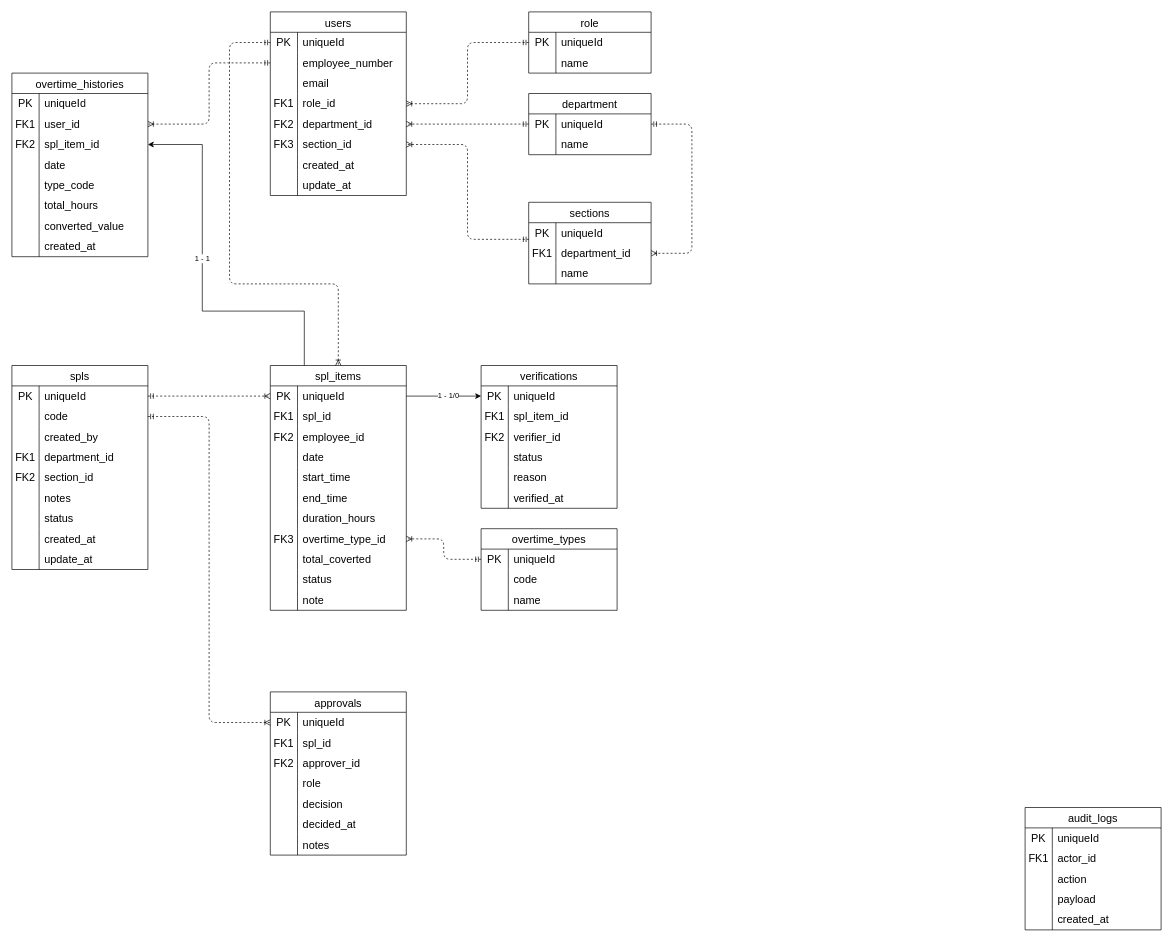
The draw.io diagram Surat Perintah Lembur.drawio in Hudha11/dbd-surat-perintah-lembur, before the edit. Source tidied: cells renumbered, new cells numbered last; positions are measured from the earlier drawing's top-left corner, leaving out a move shared by most shapes. Both pictures are drawn from the tidied source at 68%, with x=0, y=0 at pixel (12, 12).
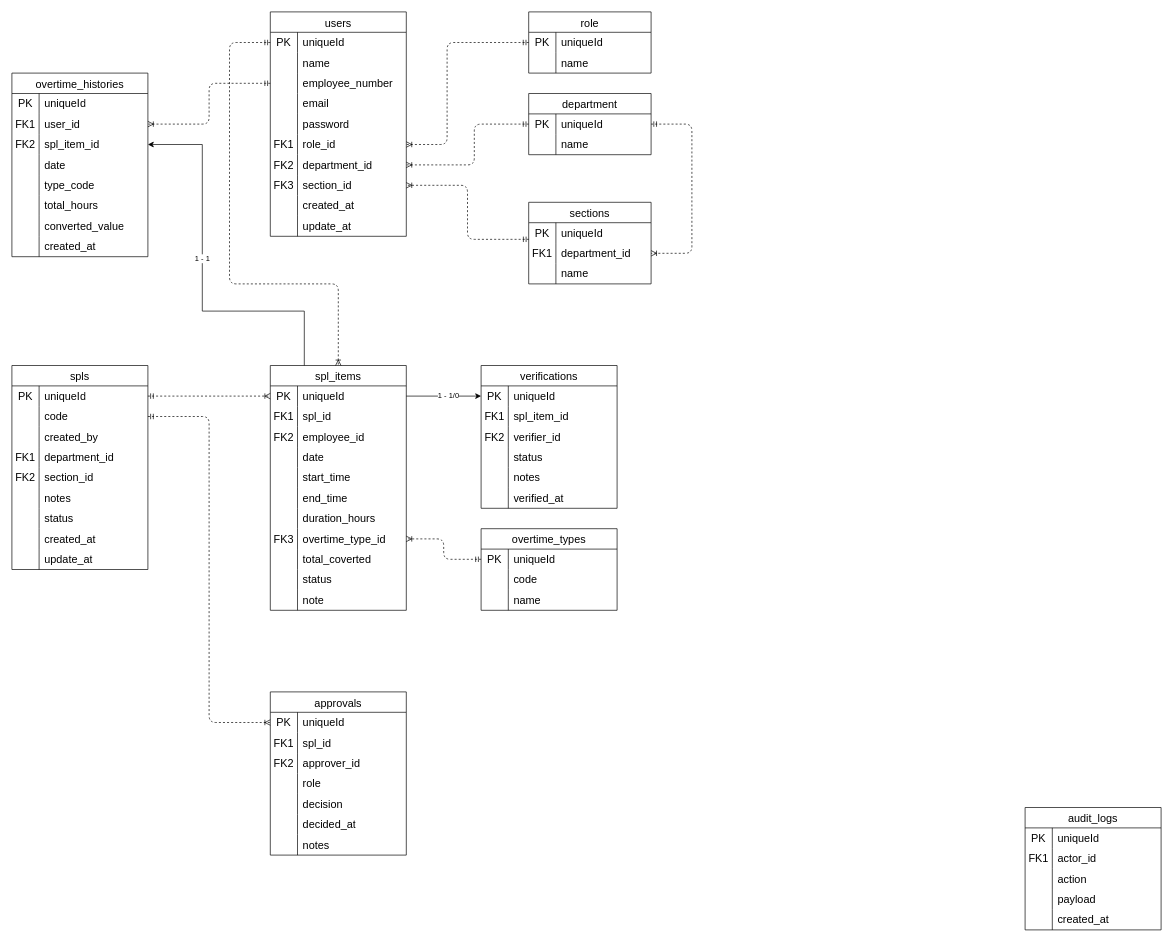
After the change.

Unchanged cells that the change refers to:
```xml
<mxCell id="30" style="shape=tableRow;horizontal=0;startSize=0;swimlaneHead=0;swimlaneBody=0;top=0;left=0;bottom=0;right=0;fillColor=none;points=[[0,0.5],[1,0.5]];portConstraint=eastwest;strokeColor=inherit;fontSize=16;" parent="29" vertex="1">
  <mxGeometry y="30" width="180" height="30" as="geometry" />
</mxCell>
<mxCell id="37" style="shape=tableRow;horizontal=0;startSize=0;swimlaneHead=0;swimlaneBody=0;top=0;left=0;bottom=0;right=0;fillColor=none;points=[[0,0.5],[1,0.5]];portConstraint=eastwest;strokeColor=inherit;fontSize=16;" parent="36" vertex="1">
  <mxGeometry y="30" width="180" height="30" as="geometry" />
</mxCell>
<mxCell id="153" style="shape=tableRow;horizontal=0;startSize=0;swimlaneHead=0;swimlaneBody=0;top=0;left=0;bottom=0;right=0;fillColor=none;strokeColor=inherit;fontSize=16;" parent="140" vertex="1">
  <mxGeometry y="150" width="200" height="30" as="geometry" />
</mxCell>
```

Diff of the diagram source:
```diff
@@
     <mxCell id="3" style="edgeStyle=orthogonalEdgeStyle;html=1;entryX=1;entryY=0.5;labelBackgroundColor=none;startArrow=ERmandOne;endArrow=ERoneToMany;fontFamily=Verdana;fontSize=12;align=left;dashed=1;entryDx=0;entryDy=0;exitX=0;exitY=0.5;exitDx=0;exitDy=0;" parent="1" edge="1" source="30" target="14">
-      <mxGeometry relative="1" as="geometry" />
+      <mxGeometry relative="1" as="geometry">
+        <Array as="points">
+          <mxPoint x="640" y="45" />
+          <mxPoint x="640" y="195" />
+        </Array>
+      </mxGeometry>
     </mxCell>
     <mxCell id="4" value="users" style="shape=table;startSize=30;childLayout=tableLayout;rowLines=0;fontStyle=0;strokeColor=default;fontSize=16;" parent="1" vertex="1">
-      <mxGeometry x="380" width="200" height="270" as="geometry" />
+      <mxGeometry x="380" width="200" height="330" as="geometry" />
     </mxCell>
@@
+    <mxCell id="218" style="shape=tableRow;horizontal=0;startSize=0;swimlaneHead=0;swimlaneBody=0;top=0;left=0;bottom=0;right=0;fillColor=none;strokeColor=inherit;fontSize=16;" parent="4" vertex="1">
+      <mxGeometry y="60" width="200" height="30" as="geometry" />
+    </mxCell>
+    <mxCell id="219" style="shape=partialRectangle;html=1;whiteSpace=wrap;fillColor=none;top=0;left=0;bottom=0;right=0;overflow=hidden;strokeColor=inherit;fontSize=16;" parent="218" vertex="1">
+      <mxGeometry width="40" height="30" as="geometry" />
+    </mxCell>
+    <mxCell id="220" value="name" style="shape=partialRectangle;html=1;whiteSpace=wrap;fillColor=none;top=0;left=0;bottom=0;right=0;align=left;spacingLeft=6;overflow=hidden;strokeColor=inherit;fontSize=16;" parent="218" vertex="1">
+      <mxGeometry x="40" width="160" height="30" as="geometry" />
+    </mxCell>
     <mxCell id="8" style="shape=tableRow;horizontal=0;startSize=0;swimlaneHead=0;swimlaneBody=0;top=0;left=0;bottom=0;right=0;fillColor=none;points=[[0,0.5],[1,0.5]];portConstraint=eastwest;strokeColor=inherit;fontSize=16;" parent="4" vertex="1">
-      <mxGeometry y="60" width="200" height="30" as="geometry" />
+      <mxGeometry y="90" width="200" height="30" as="geometry" />
     </mxCell>
@@
     <mxCell id="11" style="shape=tableRow;horizontal=0;startSize=0;swimlaneHead=0;swimlaneBody=0;top=0;left=0;bottom=0;right=0;fillColor=none;strokeColor=inherit;fontSize=16;" parent="4" vertex="1">
-      <mxGeometry y="90" width="200" height="30" as="geometry" />
+      <mxGeometry y="120" width="200" height="30" as="geometry" />
     </mxCell>
@@
+    <mxCell id="221" style="shape=tableRow;horizontal=0;startSize=0;swimlaneHead=0;swimlaneBody=0;top=0;left=0;bottom=0;right=0;fillColor=none;strokeColor=inherit;fontSize=16;" parent="4" vertex="1">
+      <mxGeometry y="150" width="200" height="30" as="geometry" />
+    </mxCell>
+    <mxCell id="222" style="shape=partialRectangle;html=1;whiteSpace=wrap;fillColor=none;top=0;left=0;bottom=0;right=0;overflow=hidden;strokeColor=inherit;fontSize=16;" parent="221" vertex="1">
+      <mxGeometry width="40" height="30" as="geometry" />
+    </mxCell>
+    <mxCell id="223" value="password" style="shape=partialRectangle;html=1;whiteSpace=wrap;fillColor=none;top=0;left=0;bottom=0;right=0;align=left;spacingLeft=6;overflow=hidden;strokeColor=inherit;fontSize=16;" parent="221" vertex="1">
+      <mxGeometry x="40" width="160" height="30" as="geometry" />
+    </mxCell>
     <mxCell id="14" style="shape=tableRow;horizontal=0;startSize=0;swimlaneHead=0;swimlaneBody=0;top=0;left=0;bottom=0;right=0;fillColor=none;points=[[0,0.5],[1,0.5]];portConstraint=eastwest;strokeColor=inherit;fontSize=16;" parent="4" vertex="1">
-      <mxGeometry y="120" width="200" height="30" as="geometry" />
+      <mxGeometry y="180" width="200" height="30" as="geometry" />
     </mxCell>
@@
     <mxCell id="17" style="shape=tableRow;horizontal=0;startSize=0;swimlaneHead=0;swimlaneBody=0;top=0;left=0;bottom=0;right=0;fillColor=none;points=[[0,0.5],[1,0.5]];portConstraint=eastwest;strokeColor=inherit;fontSize=16;" parent="4" vertex="1">
-      <mxGeometry y="150" width="200" height="30" as="geometry" />
+      <mxGeometry y="210" width="200" height="30" as="geometry" />
     </mxCell>
@@
     <mxCell id="20" style="shape=tableRow;horizontal=0;startSize=0;swimlaneHead=0;swimlaneBody=0;top=0;left=0;bottom=0;right=0;fillColor=none;points=[[0,0.5],[1,0.5]];portConstraint=eastwest;strokeColor=inherit;fontSize=16;" parent="4" vertex="1">
-      <mxGeometry y="180" width="200" height="30" as="geometry" />
+      <mxGeometry y="240" width="200" height="30" as="geometry" />
     </mxCell>
@@
     <mxCell id="23" style="shape=tableRow;horizontal=0;startSize=0;swimlaneHead=0;swimlaneBody=0;top=0;left=0;bottom=0;right=0;fillColor=none;strokeColor=inherit;fontSize=16;" parent="4" vertex="1">
-      <mxGeometry y="210" width="200" height="30" as="geometry" />
+      <mxGeometry y="270" width="200" height="30" as="geometry" />
     </mxCell>
@@
     <mxCell id="26" style="shape=tableRow;horizontal=0;startSize=0;swimlaneHead=0;swimlaneBody=0;top=0;left=0;bottom=0;right=0;fillColor=none;strokeColor=inherit;fontSize=16;" parent="4" vertex="1">
-      <mxGeometry y="240" width="200" height="30" as="geometry" />
+      <mxGeometry y="300" width="200" height="30" as="geometry" />
     </mxCell>
@@
     <mxCell id="53" style="edgeStyle=orthogonalEdgeStyle;html=1;entryX=1;entryY=0.5;labelBackgroundColor=none;startArrow=ERmandOne;endArrow=ERoneToMany;fontFamily=Verdana;fontSize=12;align=left;dashed=1;entryDx=0;entryDy=0;exitX=0;exitY=0.5;exitDx=0;exitDy=0;" parent="1" edge="1" source="37" target="17">
-      <mxGeometry relative="1" as="geometry" />
+      <mxGeometry relative="1" as="geometry">
+        <Array as="points">
+          <mxPoint x="680" y="165" />
+          <mxPoint x="680" y="225" />
+        </Array>
+      </mxGeometry>
     </mxCell>
@@
-    <mxCell id="155" value="reason" style="shape=partialRectangle;html=1;whiteSpace=wrap;fillColor=none;top=0;left=0;bottom=0;right=0;align=left;spacingLeft=6;overflow=hidden;strokeColor=inherit;fontSize=16;" parent="153" vertex="1">
+    <mxCell id="155" value="notes" style="shape=partialRectangle;html=1;whiteSpace=wrap;fillColor=none;top=0;left=0;bottom=0;right=0;align=left;spacingLeft=6;overflow=hidden;strokeColor=inherit;fontSize=16;" parent="153" vertex="1">
       <mxGeometry x="40" width="160" height="30" as="geometry" />
     </mxCell>
```
